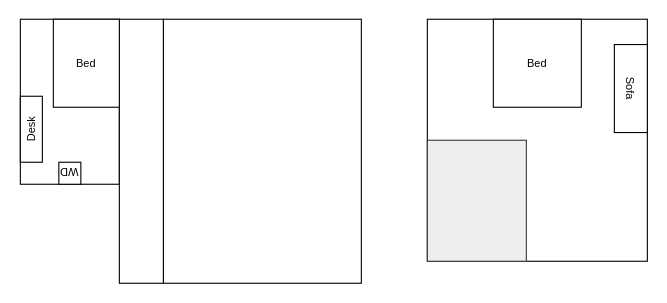
This is page "Colvestone" (2 of 2) of tech_blog/content/what_do_I_think/Flat_Setup.drawio from calumjackson/techblog, a draw.io file, before an edit. Source tidied: cells renumbered, new cells numbered last; positions are measured from the earlier drawing's top-left corner, leaving out a move shared by most shapes. Both pictures are drawn from the tidied source at 110%, with x=0, y=0 at pixel (-2, 19).
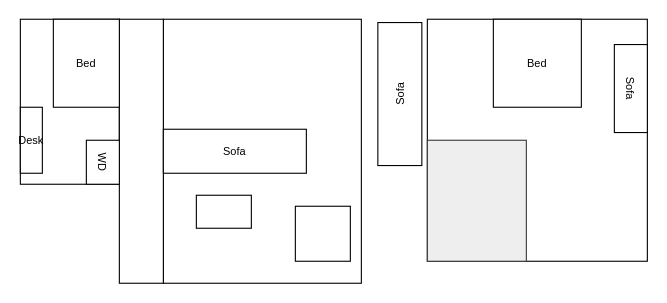
The same diagram, later.

The edit, as a diff of the source:
```diff
@@
 <mxGraphModel>
   <root>
     <mxCell id="0" />
     <mxCell id="1" parent="0" />
     <mxCell id="2" style="rounded=0;whiteSpace=wrap;html=1;" parent="1" vertex="1">
       <mxGeometry x="150" width="180" height="240" as="geometry" />
     </mxCell>
     <mxCell id="3" style="rounded=0;whiteSpace=wrap;html=1;" parent="1" vertex="1">
       <mxGeometry x="20" width="90" height="150" as="geometry" />
     </mxCell>
     <mxCell id="4" style="rounded=0;whiteSpace=wrap;html=1;" parent="1" vertex="1">
       <mxGeometry x="110" width="40" height="240" as="geometry" />
     </mxCell>
     <mxCell id="5" style="rounded=0;whiteSpace=wrap;html=1;" parent="1" vertex="1">
       <mxGeometry x="390" width="200" height="220" as="geometry" />
     </mxCell>
     <mxCell id="6" style="rounded=0;whiteSpace=wrap;html=1;fillColor=#eeeeee;strokeColor=#36393d;" parent="1" vertex="1">
       <mxGeometry x="390" y="110" width="90" height="110" as="geometry" />
     </mxCell>
     <mxCell id="7" value="Bed" style="rounded=0;whiteSpace=wrap;html=1;fontSize=10;rotation=0;" parent="1" vertex="1">
       <mxGeometry x="450" width="80" height="80" as="geometry" />
     </mxCell>
     <mxCell id="8" value="Bed" style="rounded=0;whiteSpace=wrap;html=1;fontSize=10;rotation=0;" parent="1" vertex="1">
       <mxGeometry x="50" width="60" height="80" as="geometry" />
     </mxCell>
-    <mxCell id="9" value="Desk" style="rounded=0;whiteSpace=wrap;html=1;fontSize=10;rotation=-90;" parent="1" vertex="1">
-      <mxGeometry y="90" width="60" height="20" as="geometry" />
+    <mxCell id="9" value="Desk" style="rounded=0;whiteSpace=wrap;html=1;fontSize=10;rotation=0;direction=south;" parent="1" vertex="1">
+      <mxGeometry x="20" y="80" width="20" height="60" as="geometry" />
     </mxCell>
-    <mxCell id="10" value="WD" style="rounded=0;whiteSpace=wrap;html=1;horizontal=0;fontSize=10;rotation=-90;" parent="1" vertex="1">
-      <mxGeometry x="55" y="130" width="20" height="20" as="geometry" />
+    <mxCell id="10" value="WD" style="rounded=0;whiteSpace=wrap;html=1;horizontal=0;fontSize=10;rotation=-180;" parent="1" vertex="1">
+      <mxGeometry x="80" y="110" width="30" height="40" as="geometry" />
     </mxCell>
     <mxCell id="11" value="Sofa" style="rounded=0;whiteSpace=wrap;html=1;fontSize=10;rotation=90;" parent="1" vertex="1">
       <mxGeometry x="535" y="48" width="80" height="30" as="geometry" />
     </mxCell>
+    <mxCell id="12" value="Sofa" style="rounded=0;whiteSpace=wrap;html=1;fontSize=10;rotation=0;" parent="1" vertex="1">
+      <mxGeometry x="150" y="100" width="130" height="40" as="geometry" />
+    </mxCell>
+    <mxCell id="13" value="Sofa" style="rounded=0;whiteSpace=wrap;html=1;fontSize=10;rotation=-90;" parent="1" vertex="1">
+      <mxGeometry x="300" y="48" width="130" height="40" as="geometry" />
+    </mxCell>
+    <mxCell id="14" style="rounded=0;whiteSpace=wrap;html=1;" parent="1" vertex="1">
+      <mxGeometry x="270" y="170" width="50" height="50" as="geometry" />
+    </mxCell>
+    <mxCell id="15" style="rounded=0;whiteSpace=wrap;html=1;rotation=-180;" parent="1" vertex="1">
+      <mxGeometry x="180" y="160" width="50" height="30" as="geometry" />
+    </mxCell>
   </root>
 </mxGraphModel>
```
